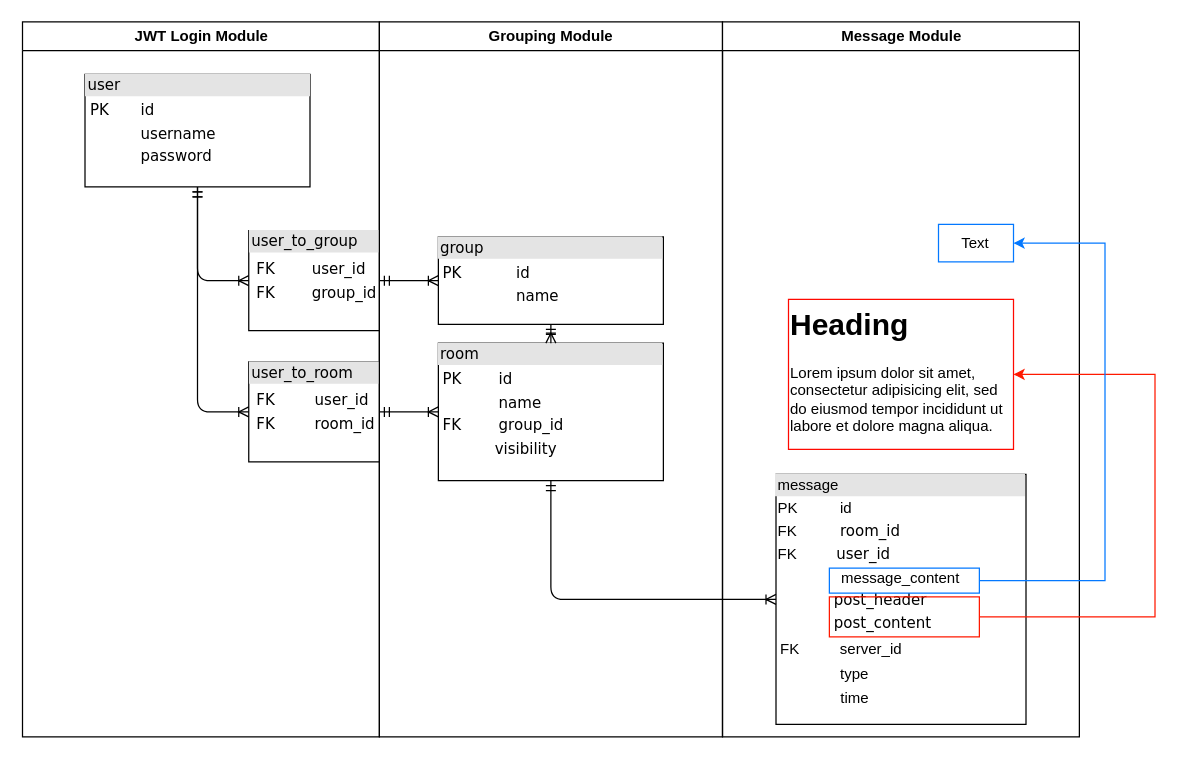
Above: discord.drawio in Vinskao/discord (draw.io), before the change. Source tidied: cells renumbered, new cells numbered last; positions are measured from the earlier drawing's top-left corner, leaving out a move shared by most shapes. Both pictures are drawn from the tidied source at 125%, with x=0, y=0 at pixel (21, 21).
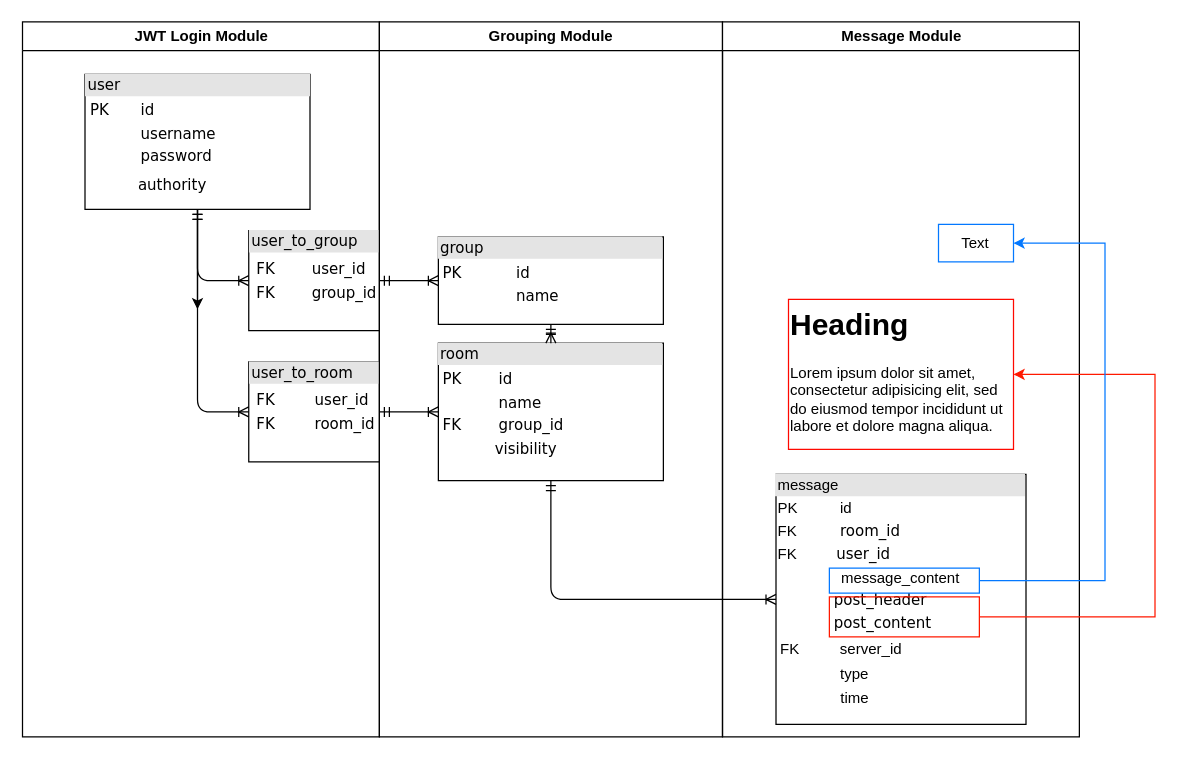
Above is the later version.

The change refers to these unchanged cells:
```xml
<mxCell id="2" value="JWT Login Module" style="swimlane;whiteSpace=wrap;startSize=23;" parent="1" vertex="1">
  <mxGeometry x="0.5" width="285.5" height="572" as="geometry" />
</mxCell>
```

Diff of the diagram source:
```diff
@@
+    <mxCell id="23" style="edgeStyle=orthogonalEdgeStyle;rounded=0;jettySize=auto;html=1;" parent="2" edge="1" source="3">
+      <mxGeometry relative="1" as="geometry">
+        <mxPoint x="140" y="230" as="targetPoint" />
+      </mxGeometry>
+    </mxCell>
-    <mxCell id="3" value="&lt;div style=&quot;box-sizing:border-box;width:100%;background:#e4e4e4;padding:2px;&quot;&gt;user&lt;/div&gt;&lt;table style=&quot;width:100%;font-size:1em;&quot; cellpadding=&quot;2&quot; cellspacing=&quot;0&quot;&gt;&lt;tbody&gt;&lt;tr&gt;&lt;td&gt;&lt;table style=&quot;font-size: 1em; background-color: initial; width: 176px;&quot; cellpadding=&quot;2&quot; cellspacing=&quot;0&quot;&gt;&lt;tbody&gt;&lt;tr&gt;&lt;td&gt;PK&lt;/td&gt;&lt;td&gt;id&lt;/td&gt;&lt;/tr&gt;&lt;tr&gt;&lt;td&gt;&lt;/td&gt;&lt;td&gt;username&lt;/td&gt;&lt;/tr&gt;&lt;tr&gt;&lt;td&gt;&lt;/td&gt;&lt;td&gt;password&lt;/td&gt;&lt;/tr&gt;&lt;/tbody&gt;&lt;/table&gt;&lt;/td&gt;&lt;td&gt;&lt;br&gt;&lt;/td&gt;&lt;/tr&gt;&lt;/tbody&gt;&lt;/table&gt;" style="verticalAlign=top;align=left;overflow=fill;html=1;rounded=0;shadow=0;comic=0;labelBackgroundColor=none;strokeWidth=1;fontFamily=Verdana;fontSize=12;" parent="2" vertex="1">
-      <mxGeometry x="50" y="42" width="180" height="90" as="geometry" />
+    <mxCell id="3" value="&lt;div style=&quot;box-sizing:border-box;width:100%;background:#e4e4e4;padding:2px;&quot;&gt;user&lt;/div&gt;&lt;table style=&quot;width:100%;font-size:1em;&quot; cellpadding=&quot;2&quot; cellspacing=&quot;0&quot;&gt;&lt;tbody&gt;&lt;tr&gt;&lt;td&gt;&lt;table style=&quot;font-size: 1em; background-color: initial; width: 176px;&quot; cellpadding=&quot;2&quot; cellspacing=&quot;0&quot;&gt;&lt;tbody&gt;&lt;tr&gt;&lt;td&gt;PK&lt;/td&gt;&lt;td&gt;id&lt;/td&gt;&lt;/tr&gt;&lt;tr&gt;&lt;td&gt;&lt;/td&gt;&lt;td&gt;username&lt;/td&gt;&lt;/tr&gt;&lt;tr&gt;&lt;td&gt;&lt;/td&gt;&lt;td&gt;password&lt;br&gt;&lt;/td&gt;&lt;/tr&gt;&lt;/tbody&gt;&lt;/table&gt;&lt;/td&gt;&lt;td&gt;&lt;br&gt;&lt;/td&gt;&lt;/tr&gt;&lt;/tbody&gt;&lt;/table&gt;&lt;table style=&quot;font-size: 1em; width: 184px;&quot; cellpadding=&quot;2&quot; cellspacing=&quot;0&quot;&gt;&lt;tbody&gt;&lt;tr&gt;&lt;td&gt;&lt;/td&gt;&lt;td&gt;&lt;table style=&quot;font-size: 1em; background-color: initial; width: 176px;&quot; cellpadding=&quot;2&quot; cellspacing=&quot;0&quot;&gt;&lt;tbody&gt;&lt;tr&gt;&lt;td&gt;&lt;span style=&quot;white-space: pre;&quot;&gt;&#9;&lt;/span&gt;&amp;nbsp;authority&lt;/td&gt;&lt;/tr&gt;&lt;/tbody&gt;&lt;/table&gt;&lt;/td&gt;&lt;td&gt;&lt;br&gt;&lt;/td&gt;&lt;/tr&gt;&lt;/tbody&gt;&lt;/table&gt;" style="verticalAlign=top;align=left;overflow=fill;html=1;rounded=0;shadow=0;comic=0;labelBackgroundColor=none;strokeWidth=1;fontFamily=Verdana;fontSize=12;" parent="2" vertex="1">
+      <mxGeometry x="50" y="42" width="180" height="108" as="geometry" />
     </mxCell>
```
